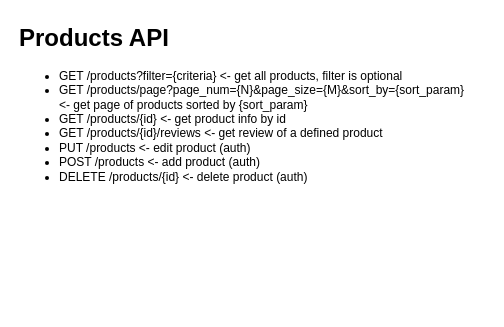
Above: Products API.drawio in ArtemUgrimov/products_api (draw.io), before the change. Source tidied: cells renumbered, new cells numbered last; positions are measured from the earlier drawing's top-left corner, leaving out a move shared by most shapes. Both pictures are drawn from the tidied source at 100%, with x=0, y=0 at pixel (17, 17).
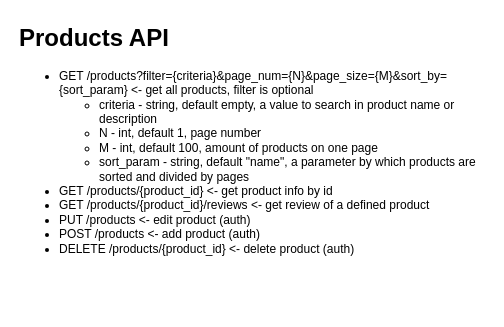
The same diagram, later.

What changed in the source:
```diff
@@
 <mxGraphModel>
   <root>
     <mxCell id="0" />
     <mxCell id="1" parent="0" />
-    <mxCell id="2" value="&lt;h1 style=&quot;margin-top: 0px;&quot;&gt;Products API&lt;br&gt;&lt;/h1&gt;&lt;ul&gt;&lt;li&gt;GET /products?filter={criteria} &amp;lt;- get all products, filter is optional&lt;br&gt;&lt;/li&gt;&lt;li&gt;GET /products/page?page_num={N}&amp;amp;page_size={M}&amp;amp;sort_by={sort_param} &amp;lt;- get page of products sorted by {sort_param}&lt;br&gt;&lt;/li&gt;&lt;li&gt;GET /products/{id} &amp;lt;- get product info by id&lt;/li&gt;&lt;li&gt;GET /products/{id}/reviews &amp;lt;- get review of a defined product&lt;/li&gt;&lt;li&gt;PUT /products &amp;lt;- edit product (auth)&lt;/li&gt;&lt;li&gt;POST /products &amp;lt;- add product (auth)&lt;br&gt;&lt;/li&gt;&lt;li&gt;DELETE /products/{id} &amp;lt;- delete product (auth)&lt;br&gt;&lt;/li&gt;&lt;/ul&gt;" style="text;html=1;whiteSpace=wrap;overflow=hidden;rounded=0;" parent="1" vertex="1">
-      <mxGeometry width="450" height="200" as="geometry" />
+    <mxCell id="2" value="&lt;h1 style=&quot;margin-top: 0px;&quot;&gt;Products API&lt;br&gt;&lt;/h1&gt;&lt;ul&gt;&lt;li&gt;GET /products?filter={criteria}&amp;amp;page_num={N}&amp;amp;page_size={M}&amp;amp;sort_by={sort_param} &amp;lt;- get all products, filter is optional&lt;/li&gt;&lt;ul&gt;&lt;li&gt;criteria - string, default empty, a value to search in product name or description&lt;/li&gt;&lt;li&gt;N - int, default 1, page number&lt;/li&gt;&lt;li&gt;M - int, default 100, amount of products on one page&lt;/li&gt;&lt;li&gt;sort_param - string, default &quot;name&quot;, a parameter by which products are sorted and divided by pages&lt;br&gt;&lt;/li&gt;&lt;/ul&gt;&lt;li&gt;GET /products/{product_id} &amp;lt;- get product info by id&lt;/li&gt;&lt;li&gt;GET /products/{product_id}/reviews &amp;lt;- get review of a defined product&lt;/li&gt;&lt;li&gt;PUT /products &amp;lt;- edit product (auth)&lt;/li&gt;&lt;li&gt;POST /products &amp;lt;- add product (auth)&lt;br&gt;&lt;/li&gt;&lt;li&gt;DELETE /products/{product_id} &amp;lt;- delete product (auth)&lt;br&gt;&lt;/li&gt;&lt;/ul&gt;" style="text;html=1;whiteSpace=wrap;overflow=hidden;rounded=0;" parent="1" vertex="1">
+      <mxGeometry width="470" height="290" as="geometry" />
     </mxCell>
   </root>
 </mxGraphModel>
```
